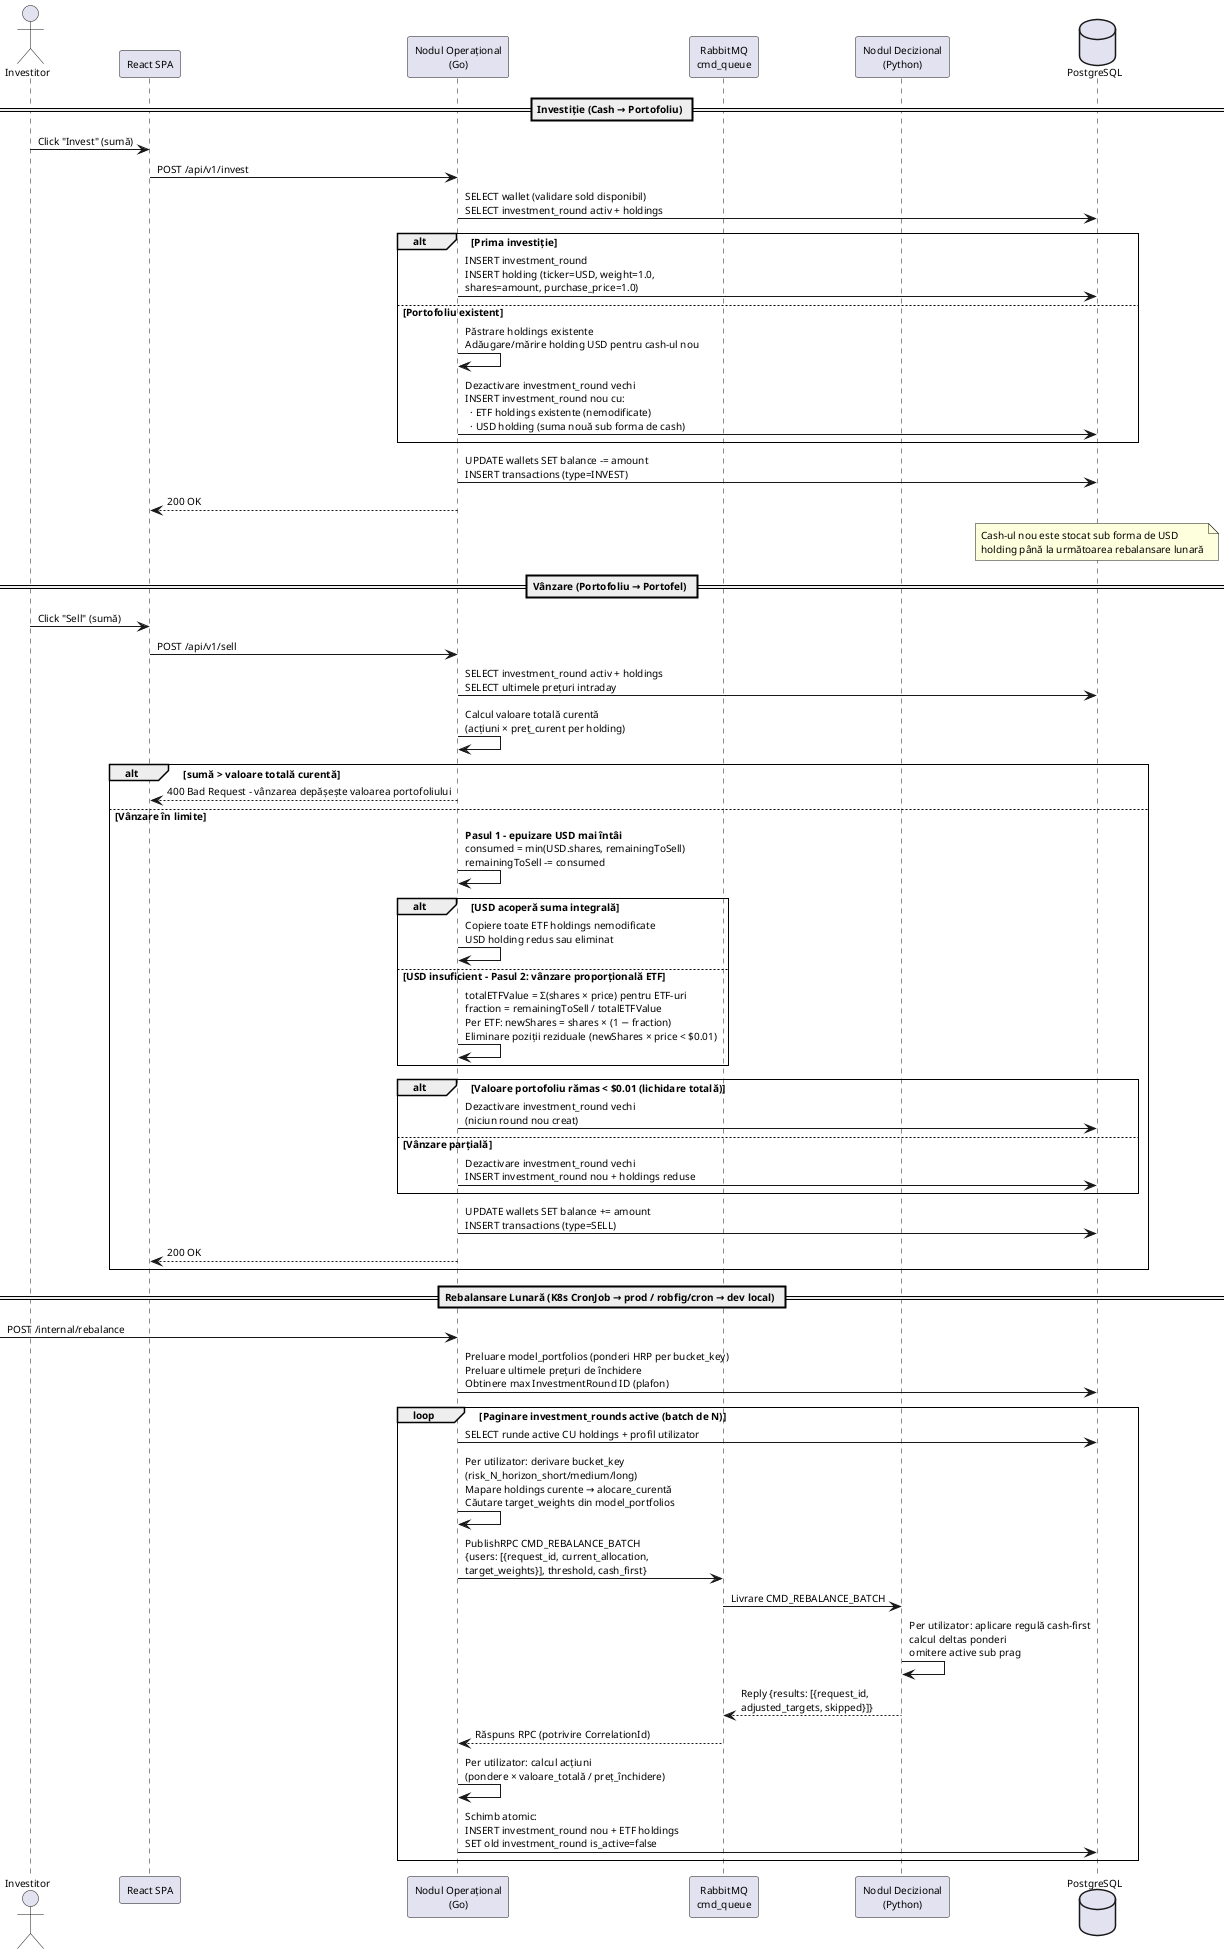
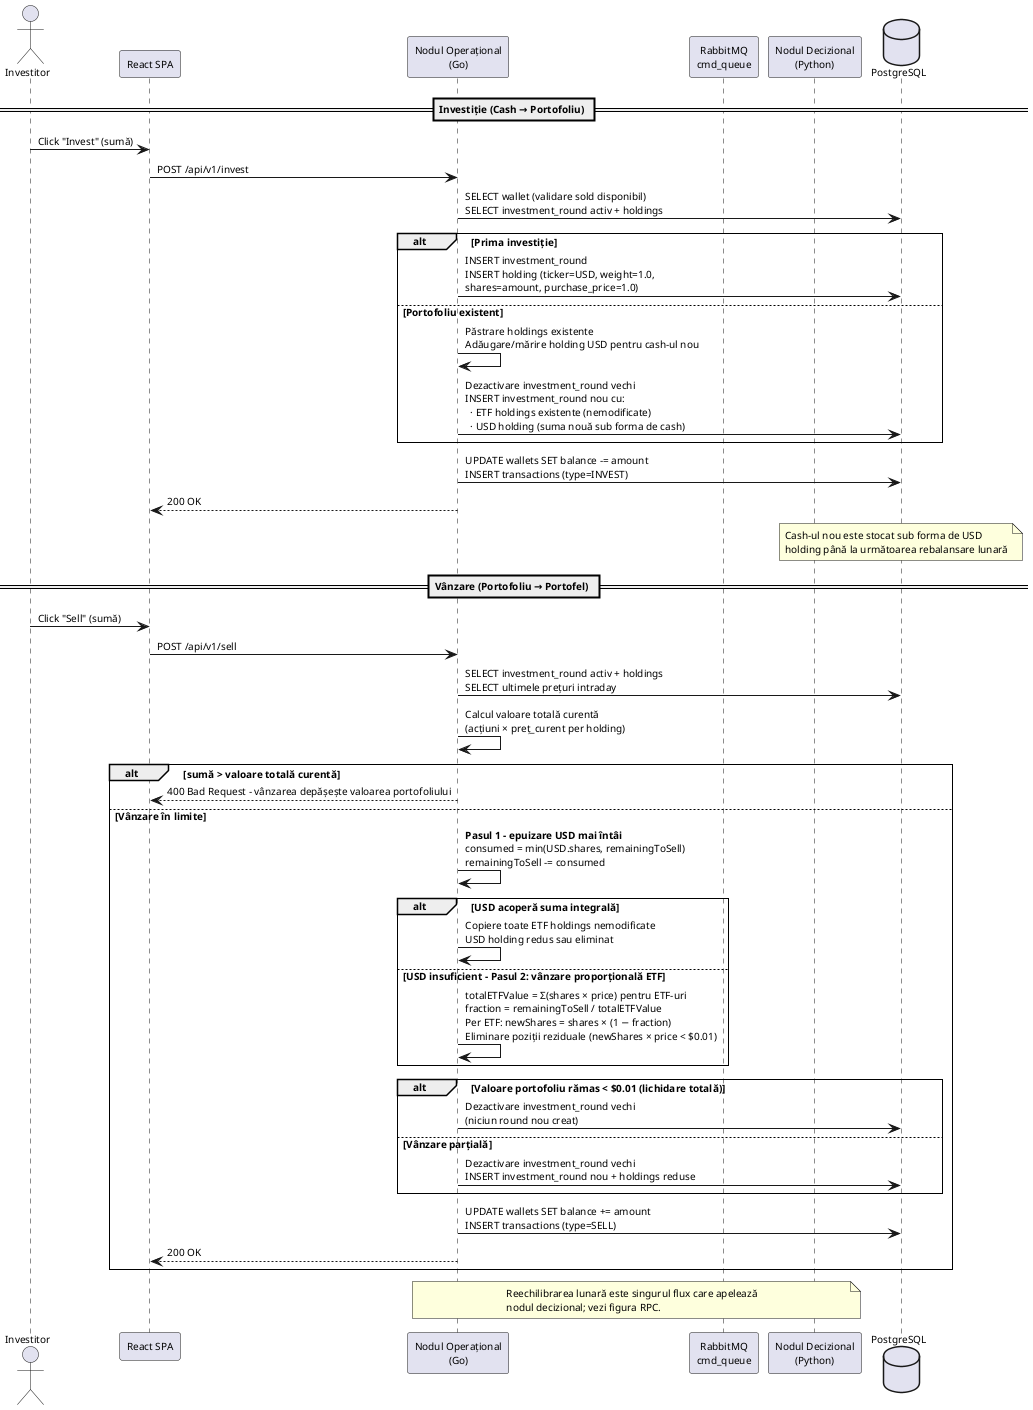
@startuml InvestPilot-Sequence-Investment-RO
skinparam defaultFontSize 10
skinparam defaultFontName Arial
skinparam sequenceArrowThickness 1
skinparam sequenceGroupBorderThickness 1

actor "Investitor" as User
participant "React SPA" as SPA
participant "Nodul Operațional\n(Go)" as Go
participant "RabbitMQ\ncmd_queue" as MQ
participant "Nodul Decizional\n(Python)" as Python
database "PostgreSQL" as DB


== Investiție (Cash → Portofoliu) ==

User -> SPA : Click "Invest" (sumă)
SPA -> Go : POST /api/v1/invest
Go -> DB : SELECT wallet (validare sold disponibil)\nSELECT investment_round activ + holdings

alt Prima investiție
    Go -> DB : INSERT investment_round\nINSERT holding (ticker=USD, weight=1.0,\nshares=amount, purchase_price=1.0)
else Portofoliu existent
    Go -> Go : Păstrare holdings existente\nAdăugare/mărire holding USD pentru cash-ul nou
    Go -> DB : Dezactivare investment_round vechi\nINSERT investment_round nou cu:\n  · ETF holdings existente (nemodificate)\n  · USD holding (suma nouă sub forma de cash)
end

Go -> DB : UPDATE wallets SET balance -= amount\nINSERT transactions (type=INVEST)
Go --> SPA : 200 OK

note over DB : Cash-ul nou este stocat sub forma de USD\nholding până la următoarea rebalansare lunară

== Vânzare (Portofoliu → Portofel) ==

User -> SPA : Click "Sell" (sumă)
SPA -> Go : POST /api/v1/sell
Go -> DB : SELECT investment_round activ + holdings\nSELECT ultimele prețuri intraday
Go -> Go : Calcul valoare totală curentă\n(acțiuni × preț_curent per holding)

alt sumă > valoare totală curentă
    Go --> SPA : 400 Bad Request - vânzarea depășește valoarea portofoliului
else Vânzare în limite
    Go -> Go : **Pasul 1 - epuizare USD mai întâi**\nconsumed = min(USD.shares, remainingToSell)\nremainingToSell -= consumed

    alt USD acoperă suma integrală
        Go -> Go : Copiere toate ETF holdings nemodificate\nUSD holding redus sau eliminat
    else USD insuficient - Pasul 2: vânzare proporțională ETF
        Go -> Go : totalETFValue = Σ(shares × price) pentru ETF-uri\nfraction = remainingToSell / totalETFValue\nPer ETF: newShares = shares × (1 − fraction)\nEliminare poziții reziduale (newShares × price < $0.01)
    end

    alt Valoare portofoliu rămas < $0.01 (lichidare totală)
        Go -> DB : Dezactivare investment_round vechi\n(niciun round nou creat)
    else Vânzare parțială
        Go -> DB : Dezactivare investment_round vechi\nINSERT investment_round nou + holdings reduse
    end

    Go -> DB : UPDATE wallets SET balance += amount\nINSERT transactions (type=SELL)
    Go --> SPA : 200 OK
end

- == Rebalansare Lunară (K8s CronJob → prod / robfig/cron → dev local) ==
- 
- [-> Go : POST /internal/rebalance
- 
- Go -> DB : Preluare model_portfolios (ponderi HRP per bucket_key)\nPreluare ultimele prețuri de închidere\nObtinere max InvestmentRound ID (plafon)
- 
- loop Paginare investment_rounds active (batch de N)
-     Go -> DB : SELECT runde active CU holdings + profil utilizator
-     Go -> Go : Per utilizator: derivare bucket_key\n(risk_N_horizon_short/medium/long)\nMapare holdings curente → alocare_curentă\nCăutare target_weights din model_portfolios
-     Go -> MQ : PublishRPC CMD_REBALANCE_BATCH\n{users: [{request_id, current_allocation,\ntarget_weights}], threshold, cash_first}
-     MQ -> Python : Livrare CMD_REBALANCE_BATCH
-     Python -> Python : Per utilizator: aplicare regulă cash-first\ncalcul deltas ponderi\nomitere active sub prag
-     Python --> MQ : Reply {results: [{request_id,\nadjusted_targets, skipped}]}
-     MQ --> Go : Răspuns RPC (potrivire CorrelationId)
-     Go -> Go : Per utilizator: calcul acțiuni\n(pondere × valoare_totală / preț_închidere)
-     Go -> DB : Schimb atomic:\nINSERT investment_round nou + ETF holdings\nSET old investment_round is_active=false
- end
+ note over Go, Python : Reechilibrarea lunară este singurul flux care apelează\nnodul decizional; vezi figura RPC.

@enduml
